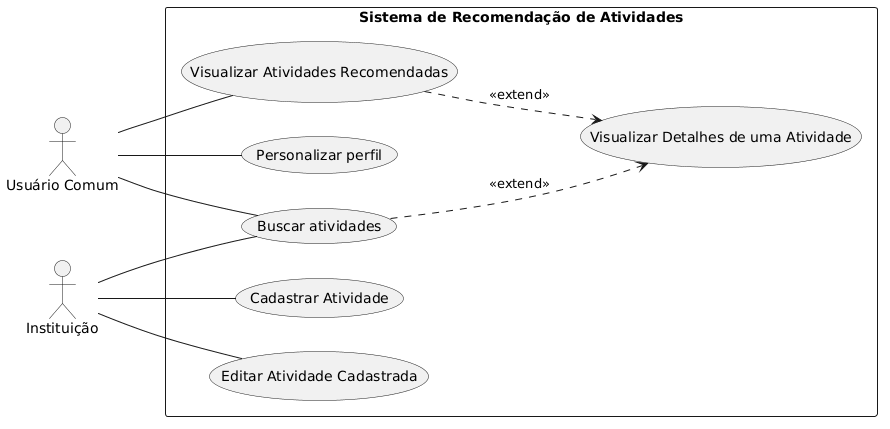
Before: Modelagem/Outputs(Imagens)/Casos de Uso.png, a diagram exported from PlantUML (J-B-Works/Wisp). Its diagram source:
```plantuml
@startuml
left to right direction

    actor "Usuário Comum" as User
    actor "Instituição" as Inst

    rectangle "Sistema de Recomendação de Atividades" {
        usecase "Personalizar perfil" as UC_PP
        usecase "Visualizar Atividades Recomendadas" as UC_VAR
        usecase "Visualizar Detalhes de uma Atividade" as UC_VDDUA
        usecase "Buscar atividades" as UC_BA
        usecase "Cadastrar Atividade" as UC_CNA
        usecase "Editar Atividade Cadastrada" as UC_EAC

    }

    User -- UC_PP
    User -- UC_VAR
    User -- UC_BA

    Inst -- UC_BA
    Inst -- UC_CNA
    Inst -- UC_EAC

    UC_VAR -[hidden]down- UC_VDDUA
    UC_BA -[hidden]down- UC_VDDUA

    UC_VAR .> UC_VDDUA : <<extend>>
    UC_BA .> UC_VDDUA : <<extend>>
@enduml
```
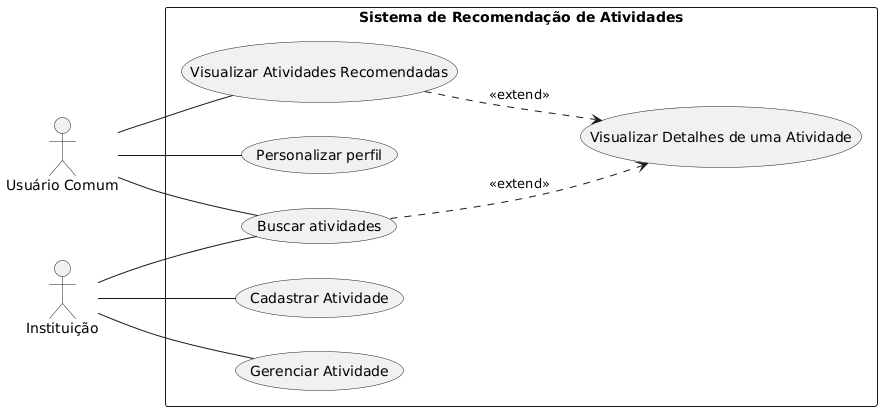
After the change.

What changed in the source:
```diff
@@ -10,7 +10,7 @@
         usecase "Visualizar Detalhes de uma Atividade" as UC_VDDUA
         usecase "Buscar atividades" as UC_BA
         usecase "Cadastrar Atividade" as UC_CNA
-        usecase "Editar Atividade Cadastrada" as UC_EAC
+        usecase "Gerenciar Atividade" as UC_EAC
 
     }
 
```
